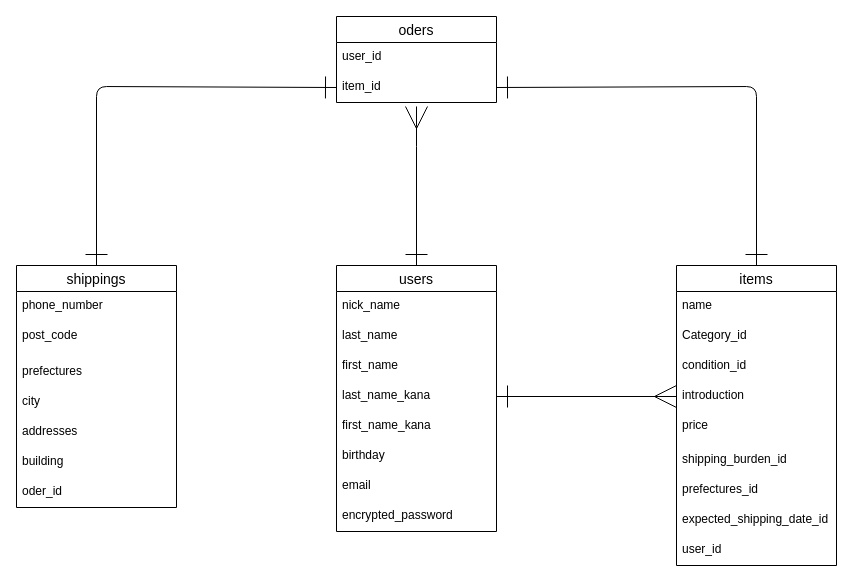
The draw.io diagram page "ページ1" (1 of 2) of Entity Relationship.dio in sbmbgoto/furima-39218, before the edit. Source tidied: cells renumbered, new cells numbered last; positions are measured from the earlier drawing's top-left corner, leaving out a move shared by most shapes. Both pictures are drawn from the tidied source at 100%, with x=0, y=0 at pixel (16, 16).
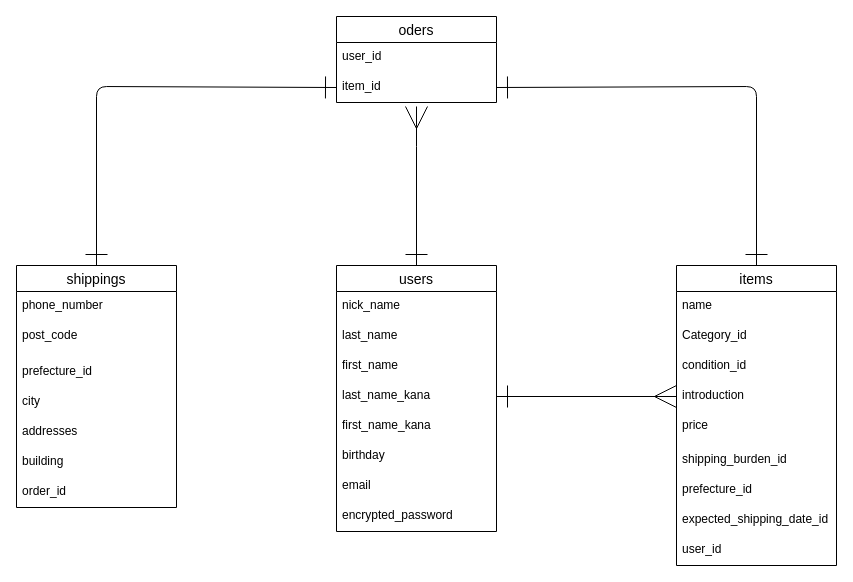
Above is the later version.

Unchanged cells that the change refers to:
```xml
<mxCell id="6" value="shippings" style="swimlane;fontStyle=0;horizontal=1;startSize=26;align=center;fontSize=14;" parent="1" vertex="1">
  <mxGeometry y="249" width="160" height="242" as="geometry" />
</mxCell>
<mxCell id="15" value="items" style="swimlane;fontStyle=0;horizontal=1;startSize=26;align=center;fontSize=14;" parent="1" vertex="1">
  <mxGeometry x="660" y="249" width="160" height="300" as="geometry" />
</mxCell>
```

Change to the diagram source:
```diff
@@
-    <mxCell id="9" value="prefectures" style="text;strokeColor=none;fillColor=none;spacingLeft=4;spacingRight=4;overflow=hidden;fontSize=12;" parent="6" vertex="1">
+    <mxCell id="9" value="prefecture_id" style="text;strokeColor=none;fillColor=none;spacingLeft=4;spacingRight=4;overflow=hidden;fontSize=12;" parent="6" vertex="1">
       <mxGeometry y="92" width="160" height="30" as="geometry" />
     </mxCell>
@@
-    <mxCell id="13" value="oder_id" style="text;strokeColor=none;fillColor=none;spacingLeft=4;spacingRight=4;overflow=hidden;fontSize=12;" parent="6" vertex="1">
+    <mxCell id="13" value="order_id" style="text;strokeColor=none;fillColor=none;spacingLeft=4;spacingRight=4;overflow=hidden;fontSize=12;" parent="6" vertex="1">
       <mxGeometry y="212" width="160" height="30" as="geometry" />
     </mxCell>
@@
-    <mxCell id="22" value="prefectures_id" style="text;strokeColor=none;fillColor=none;spacingLeft=4;spacingRight=4;overflow=hidden;fontSize=12;" parent="15" vertex="1">
+    <mxCell id="22" value="prefecture_id" style="text;strokeColor=none;fillColor=none;spacingLeft=4;spacingRight=4;overflow=hidden;fontSize=12;" parent="15" vertex="1">
       <mxGeometry y="210" width="160" height="30" as="geometry" />
     </mxCell>
```
